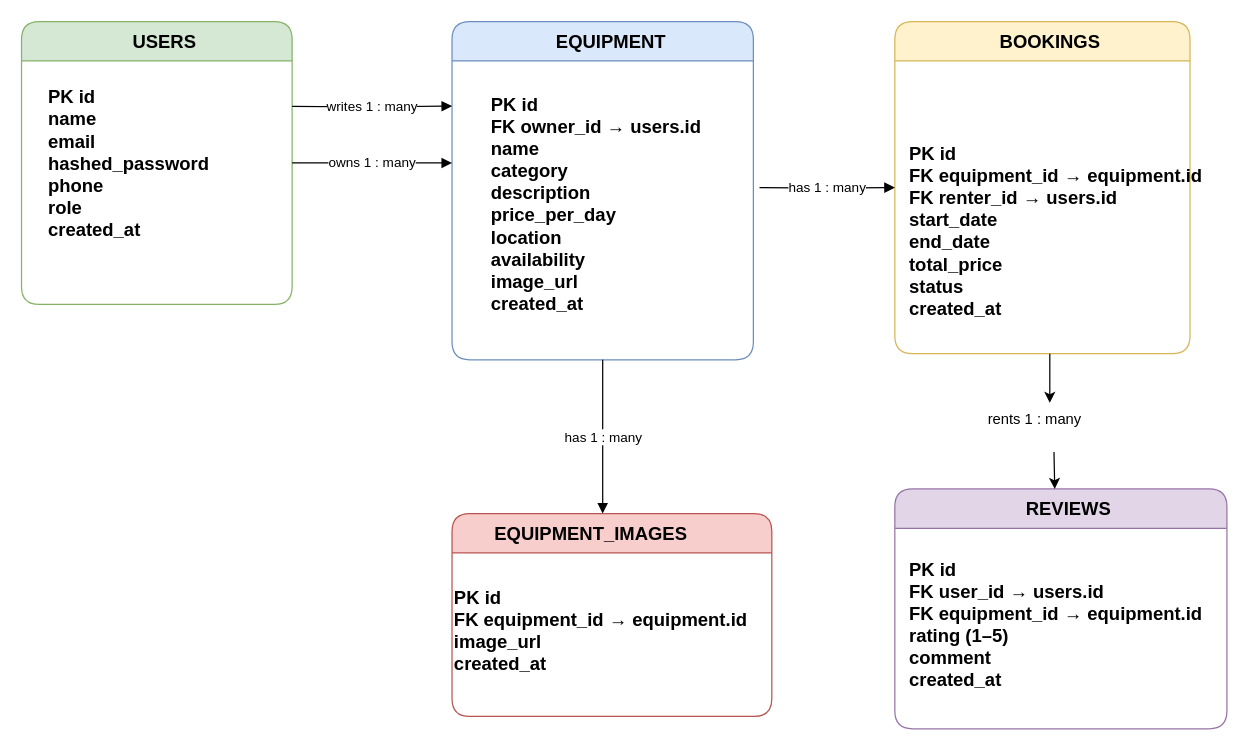
The draw.io diagram docs/diagrams/ER_Diagram.drawio in harisshchathriya/agrirent-ai, before the edit. Source tidied: cells renumbered, new cells numbered last; positions are measured from the earlier drawing's top-left corner, leaving out a move shared by most shapes. Both pictures are drawn from the tidied source at 123%, with x=0, y=0 at pixel (21, 21).
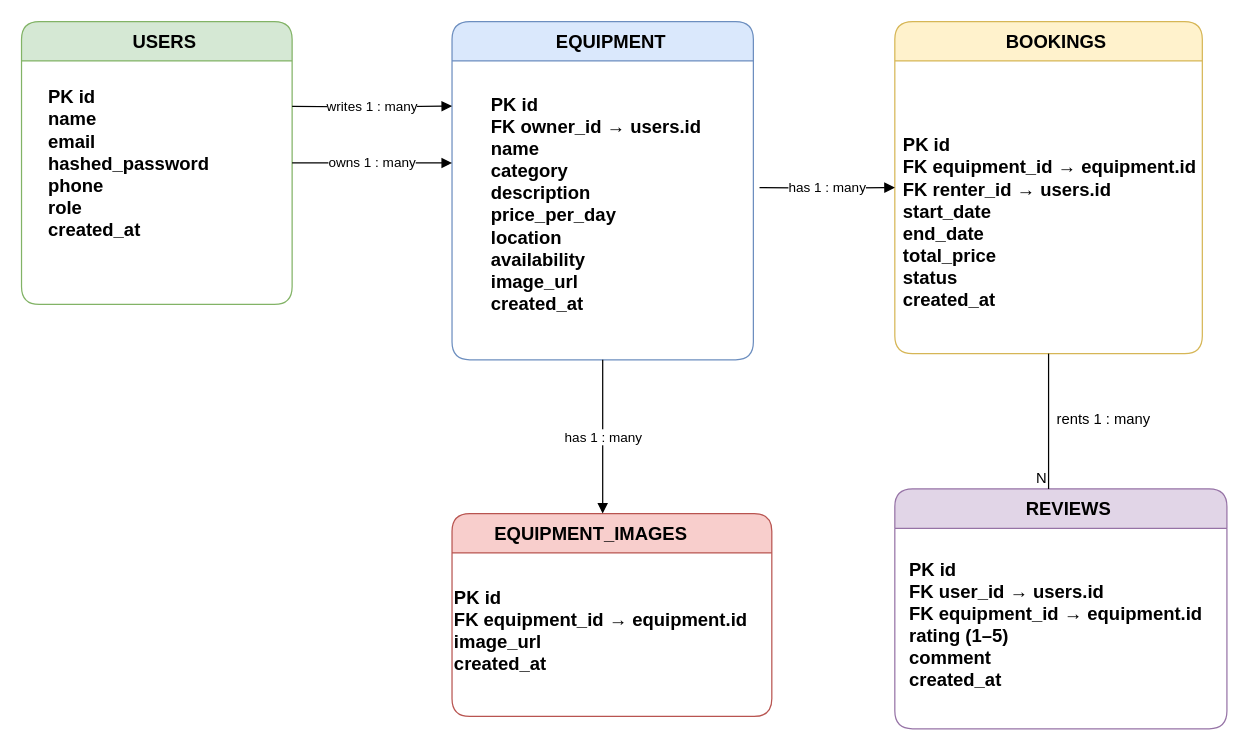
After the change.

Commit message (it also covers changes not shown here):
docs: establish Review-II baseline

Diff of the diagram source:
```diff
@@
     <mxCell id="6" value="&lt;b&gt;BOOKINGS&lt;/b&gt;" style="swimlane;html=1;startSize=32;horizontal=1;rounded=1;fillColor=#fff2cc;strokeColor=#d6b656;fontSize=15;align=center;spacingLeft=12;" parent="1" vertex="1">
-      <mxGeometry x="710" width="240" height="270" as="geometry" />
+      <mxGeometry x="710" width="250" height="270" as="geometry" />
     </mxCell>
     <mxCell id="7" value="&lt;span style=&quot;color: rgb(0, 0, 0); font-size: 15px; font-weight: 700;&quot;&gt;PK id&lt;/span&gt;&lt;br style=&quot;color: rgb(63, 63, 63); scrollbar-color: rgb(226, 226, 226) rgb(251, 251, 251); font-size: 15px; font-weight: 700;&quot;&gt;&lt;span style=&quot;color: rgb(0, 0, 0); font-size: 15px; font-weight: 700;&quot;&gt;FK equipment_id → equipment.id&lt;/span&gt;&lt;br style=&quot;color: rgb(63, 63, 63); scrollbar-color: rgb(226, 226, 226) rgb(251, 251, 251); font-size: 15px; font-weight: 700;&quot;&gt;&lt;span style=&quot;color: rgb(0, 0, 0); font-size: 15px; font-weight: 700;&quot;&gt;FK renter_id → users.id&lt;/span&gt;&lt;br style=&quot;color: rgb(63, 63, 63); scrollbar-color: rgb(226, 226, 226) rgb(251, 251, 251); font-size: 15px; font-weight: 700;&quot;&gt;&lt;span style=&quot;color: rgb(0, 0, 0); font-size: 15px; font-weight: 700;&quot;&gt;start_date&lt;/span&gt;&lt;br style=&quot;color: rgb(63, 63, 63); scrollbar-color: rgb(226, 226, 226) rgb(251, 251, 251); font-size: 15px; font-weight: 700;&quot;&gt;&lt;span style=&quot;color: rgb(0, 0, 0); font-size: 15px; font-weight: 700;&quot;&gt;end_date&lt;/span&gt;&lt;br style=&quot;color: rgb(63, 63, 63); scrollbar-color: rgb(226, 226, 226) rgb(251, 251, 251); font-size: 15px; font-weight: 700;&quot;&gt;&lt;span style=&quot;color: rgb(0, 0, 0); font-size: 15px; font-weight: 700;&quot;&gt;total_price&lt;/span&gt;&lt;br style=&quot;color: rgb(63, 63, 63); scrollbar-color: rgb(226, 226, 226) rgb(251, 251, 251); font-size: 15px; font-weight: 700;&quot;&gt;&lt;span style=&quot;color: rgb(0, 0, 0); font-size: 15px; font-weight: 700;&quot;&gt;status&lt;/span&gt;&lt;br style=&quot;color: rgb(63, 63, 63); scrollbar-color: rgb(226, 226, 226) rgb(251, 251, 251); font-size: 15px; font-weight: 700;&quot;&gt;&lt;span style=&quot;color: rgb(0, 0, 0); font-size: 15px; font-weight: 700;&quot;&gt;created_at&lt;/span&gt;" style="text;html=1;align=left;verticalAlign=middle;strokeColor=none;fillColor=none;" parent="6" vertex="1">
-      <mxGeometry x="10" y="90" width="260" height="160" as="geometry" />
+      <mxGeometry x="5" y="83" width="260" height="160" as="geometry" />
     </mxCell>
@@
-    <mxCell id="16" style="edgeStyle=none;html=1;" parent="1" edge="1" source="18">
-      <mxGeometry relative="1" as="geometry">
-        <mxPoint x="840" y="380" as="targetPoint" />
-      </mxGeometry>
-    </mxCell>
-    <mxCell id="17" style="edgeStyle=none;html=1;entryX=0.5;entryY=0;entryDx=0;entryDy=0;" parent="1" edge="1">
-      <mxGeometry relative="1" as="geometry">
-        <mxPoint x="836" y="270" as="sourcePoint" />
-        <mxPoint x="836" y="310" as="targetPoint" />
-      </mxGeometry>
-    </mxCell>
     <mxCell id="18" value="rents 1 : many" style="text;whiteSpace=wrap;" parent="1" vertex="1">
-      <mxGeometry x="784" y="310" width="110" height="40" as="geometry" />
+      <mxGeometry x="840" y="310" width="110" height="40" as="geometry" />
     </mxCell>
+    <mxCell id="19" style="endArrow=none;html=1;rounded=0;exitX=0.5;exitY=1;exitDx=0;exitDy=0;" parent="1" edge="1" source="6">
+      <mxGeometry relative="1" as="geometry">
+        <mxPoint x="835" y="380" as="targetPoint" />
+      </mxGeometry>
+    </mxCell>
+    <mxCell id="20" value="N" style="html=1;whiteSpace=wrap;align=right;verticalAlign=bottom;" parent="19" vertex="1">
+      <mxGeometry x="1" relative="1" as="geometry" />
+    </mxCell>
```
